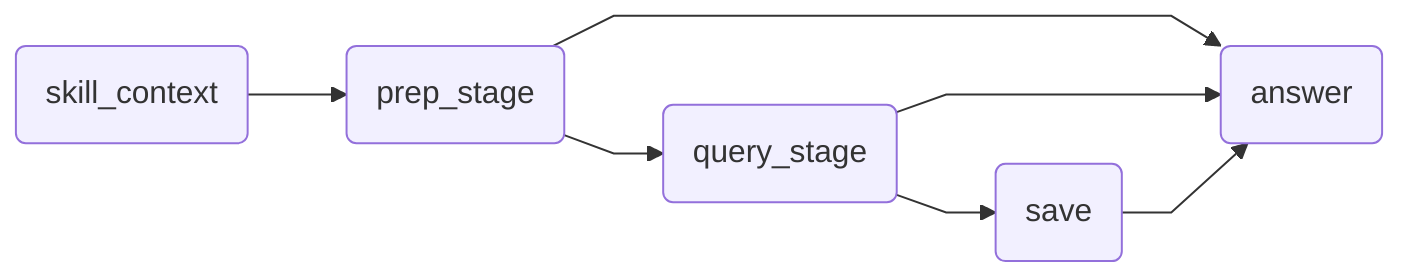
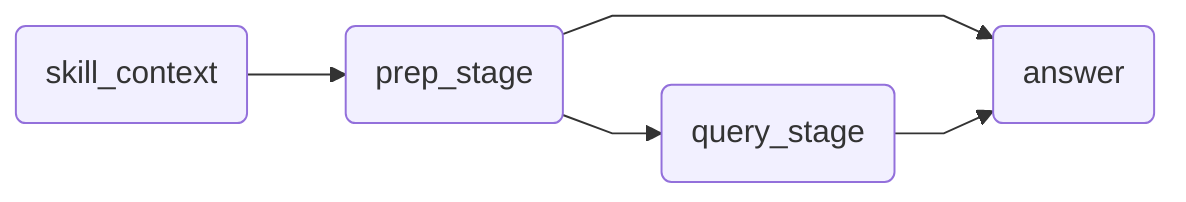
---
config:
  flowchart:
    curve: linear
---
graph LR;
	skill_context(skill_context)
	prep_stage(prep_stage)
	query_stage(query_stage)
- 	save(save)
	answer(answer)
	prep_stage --> answer;
	prep_stage --> query_stage;
	query_stage --> answer;
- 	query_stage --> save;
- 	save --> answer;
	skill_context --> prep_stage;
	classDef default fill:#f2f0ff,line-height:1.2
	classDef first fill-opacity:0
	classDef last fill:#bfb6fc
